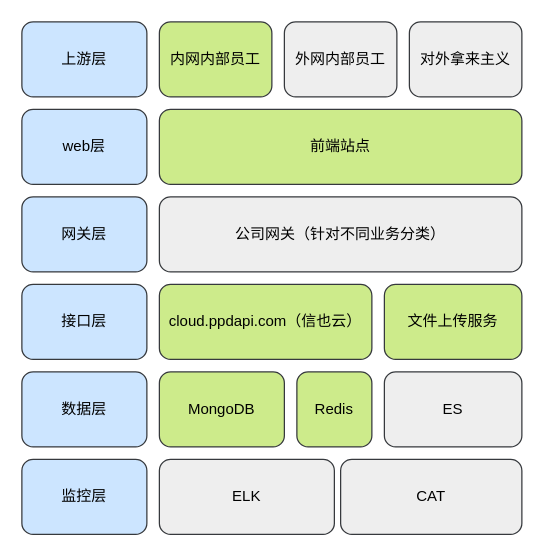
Earlier version of the draw.io diagram page "Page-1" (1 of 2) of 信也云.drawio (yiwankb/spring-boot-demo). Source tidied: cells renumbered, new cells numbered last; positions are measured from the earlier drawing's top-left corner, leaving out a move shared by most shapes. Both pictures are drawn from the tidied source at 125%, with x=0, y=0 at pixel (21, 21).
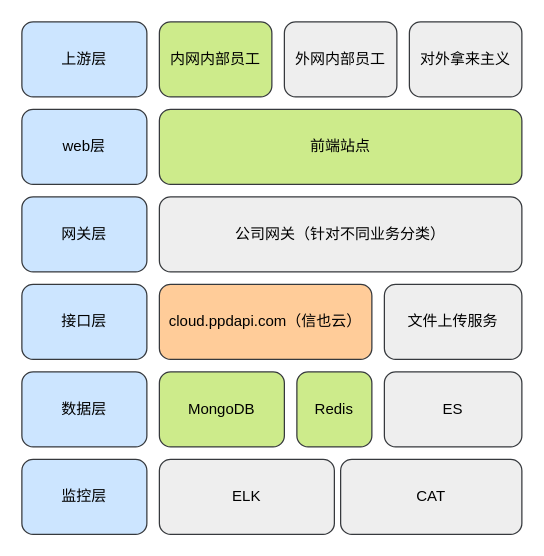
Above is the later version.

Diff of the diagram source:
```diff
@@
 <mxGraphModel>
   <root>
     <mxCell id="0" />
     <mxCell id="1" parent="0" />
     <mxCell id="2" value="前端站点" style="rounded=1;whiteSpace=wrap;html=1;fillColor=#cdeb8b;strokeColor=#36393d;" parent="1" vertex="1">
       <mxGeometry x="110" y="70" width="290" height="60" as="geometry" />
     </mxCell>
     <mxCell id="3" value="公司网关（针对不同业务分类）" style="rounded=1;whiteSpace=wrap;html=1;fillColor=#eeeeee;strokeColor=#36393d;" parent="1" vertex="1">
       <mxGeometry x="110" y="140" width="290" height="60" as="geometry" />
     </mxCell>
-    <mxCell id="4" value="cloud.ppdapi.com（信也云）" style="rounded=1;whiteSpace=wrap;html=1;fillColor=#cdeb8b;strokeColor=#36393d;" parent="1" vertex="1">
+    <mxCell id="4" value="cloud.ppdapi.com（信也云）" style="rounded=1;whiteSpace=wrap;html=1;fillColor=#ffcc99;strokeColor=#36393d;" parent="1" vertex="1">
       <mxGeometry x="110" y="210" width="170" height="60" as="geometry" />
     </mxCell>
-    <mxCell id="5" value="文件上传服务" style="rounded=1;whiteSpace=wrap;html=1;fillColor=#cdeb8b;strokeColor=#36393d;" parent="1" vertex="1">
+    <mxCell id="5" value="文件上传服务" style="rounded=1;whiteSpace=wrap;html=1;fillColor=#eeeeee;strokeColor=#36393d;" parent="1" vertex="1">
       <mxGeometry x="290" y="210" width="110" height="60" as="geometry" />
     </mxCell>
     <mxCell id="6" value="MongoDB" style="rounded=1;whiteSpace=wrap;html=1;fillColor=#cdeb8b;strokeColor=#36393d;" parent="1" vertex="1">
       <mxGeometry x="110" y="280" width="100" height="60" as="geometry" />
     </mxCell>
     <mxCell id="7" value="Redis" style="rounded=1;whiteSpace=wrap;html=1;fillColor=#cdeb8b;strokeColor=#36393d;" parent="1" vertex="1">
       <mxGeometry x="220" y="280" width="60" height="60" as="geometry" />
     </mxCell>
     <mxCell id="8" value="ELK" style="rounded=1;whiteSpace=wrap;html=1;fillColor=#eeeeee;strokeColor=#36393d;" parent="1" vertex="1">
       <mxGeometry x="110" y="350" width="140" height="60" as="geometry" />
     </mxCell>
     <mxCell id="9" value="CAT" style="rounded=1;whiteSpace=wrap;html=1;fillColor=#eeeeee;strokeColor=#36393d;" parent="1" vertex="1">
       <mxGeometry x="255" y="350" width="145" height="60" as="geometry" />
     </mxCell>
     <mxCell id="10" value="内网内部员工" style="rounded=1;whiteSpace=wrap;html=1;fillColor=#cdeb8b;strokeColor=#36393d;" parent="1" vertex="1">
       <mxGeometry x="110" width="90" height="60" as="geometry" />
     </mxCell>
     <mxCell id="11" value="外网内部员工" style="rounded=1;whiteSpace=wrap;html=1;fillColor=#eeeeee;strokeColor=#36393d;" parent="1" vertex="1">
       <mxGeometry x="210" width="90" height="60" as="geometry" />
     </mxCell>
     <mxCell id="12" value="对外拿来主义" style="rounded=1;whiteSpace=wrap;html=1;fillColor=#eeeeee;strokeColor=#36393d;" parent="1" vertex="1">
       <mxGeometry x="310" width="90" height="60" as="geometry" />
     </mxCell>
     <mxCell id="13" value="上游层" style="rounded=1;whiteSpace=wrap;html=1;fillColor=#cce5ff;strokeColor=#36393d;" parent="1" vertex="1">
       <mxGeometry width="100" height="60" as="geometry" />
     </mxCell>
     <mxCell id="14" value="ES" style="rounded=1;whiteSpace=wrap;html=1;fillColor=#eeeeee;strokeColor=#36393d;" parent="1" vertex="1">
       <mxGeometry x="290" y="280" width="110" height="60" as="geometry" />
     </mxCell>
     <mxCell id="15" value="web层" style="rounded=1;whiteSpace=wrap;html=1;fillColor=#cce5ff;strokeColor=#36393d;" parent="1" vertex="1">
       <mxGeometry y="70" width="100" height="60" as="geometry" />
     </mxCell>
     <mxCell id="16" value="网关层" style="rounded=1;whiteSpace=wrap;html=1;fillColor=#cce5ff;strokeColor=#36393d;" parent="1" vertex="1">
       <mxGeometry y="140" width="100" height="60" as="geometry" />
     </mxCell>
     <mxCell id="17" value="接口层" style="rounded=1;whiteSpace=wrap;html=1;fillColor=#cce5ff;strokeColor=#36393d;" parent="1" vertex="1">
       <mxGeometry y="210" width="100" height="60" as="geometry" />
     </mxCell>
     <mxCell id="18" value="数据层" style="rounded=1;whiteSpace=wrap;html=1;fillColor=#cce5ff;strokeColor=#36393d;" parent="1" vertex="1">
       <mxGeometry y="280" width="100" height="60" as="geometry" />
     </mxCell>
     <mxCell id="19" value="监控层" style="rounded=1;whiteSpace=wrap;html=1;fillColor=#cce5ff;strokeColor=#36393d;" parent="1" vertex="1">
       <mxGeometry y="350" width="100" height="60" as="geometry" />
     </mxCell>
   </root>
 </mxGraphModel>
```
